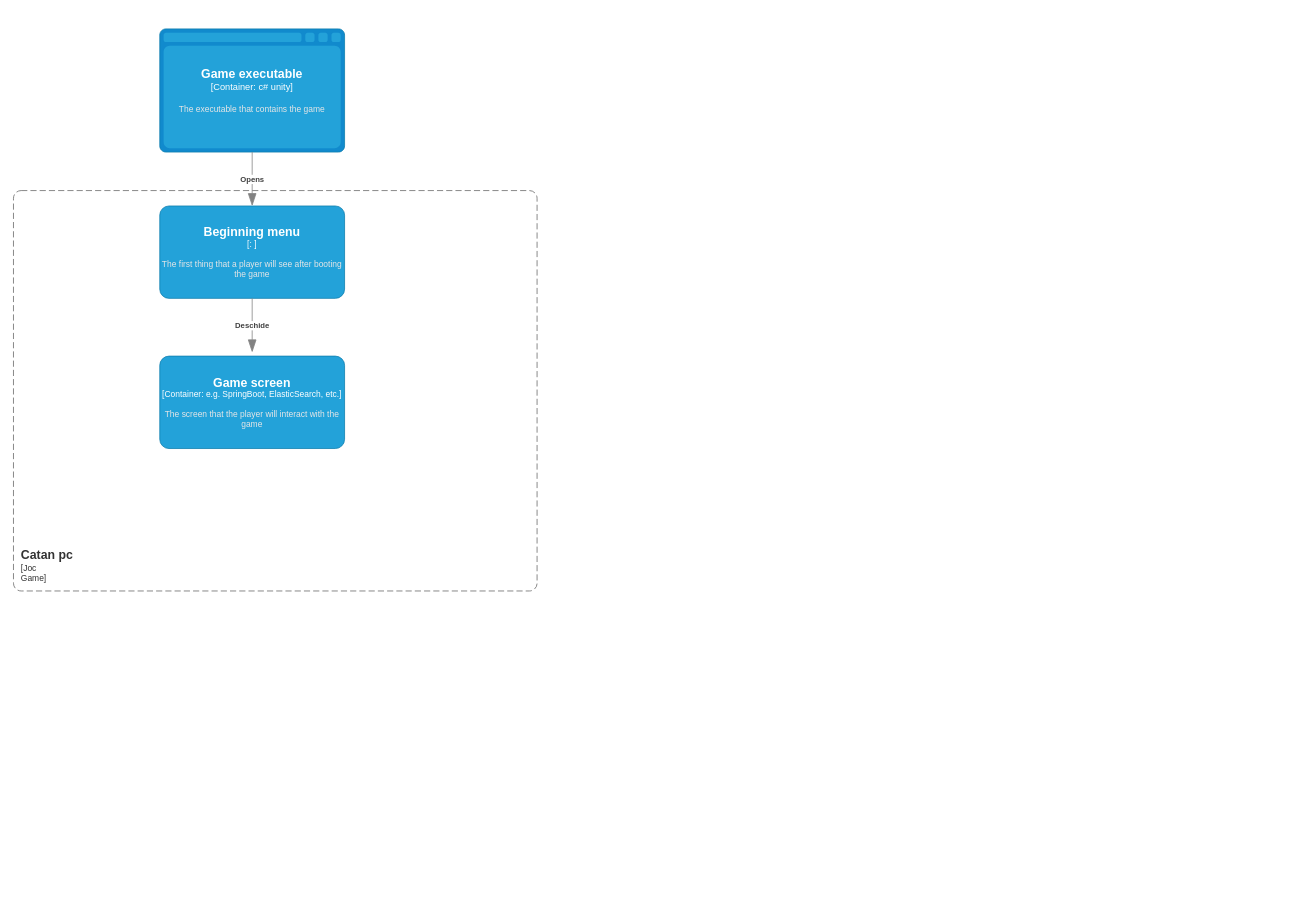
The draw.io diagram Diagrama Content.drawio in RotDr/test1, before the edit. Source tidied: cells renumbered, new cells numbered last; positions are measured from the earlier drawing's top-left corner, leaving out a move shared by most shapes. Both pictures are drawn from the tidied source at 77%, with x=0, y=0 at pixel (13, 28).
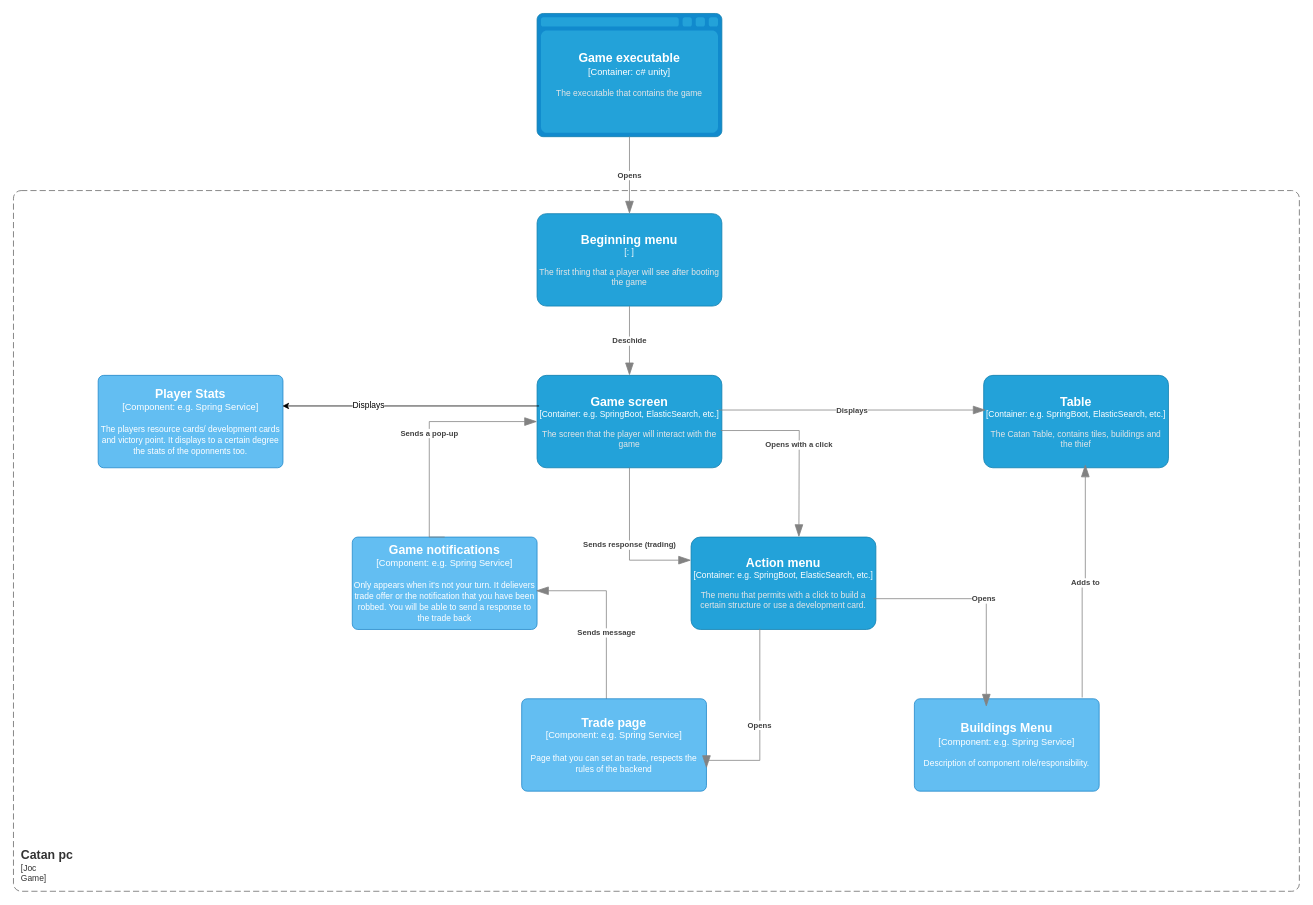
After the change.

Diff of the diagram source:
```diff
@@
     <object id="2" label="&lt;font style=&quot;font-size: 16px&quot;&gt;&lt;b&gt;&lt;div style=&quot;text-align: left&quot;&gt;%c4Name%&lt;/div&gt;&lt;/b&gt;&lt;/font&gt;&lt;div style=&quot;text-align: left&quot;&gt;[%c4Application%]&lt;/div&gt;" c4Application="Joc&#10;Game" c4Name="Catan pc" placeholders="1">
       <mxCell style="rounded=1;fontSize=11;whiteSpace=wrap;html=1;dashed=1;arcSize=20;fillColor=none;strokeColor=#666666;fontColor=#333333;labelBackgroundColor=none;align=left;verticalAlign=bottom;labelBorderColor=none;spacingTop=0;spacing=10;dashPattern=8 4;perimeter=rectanglePerimeter;noLabel=0;labelPadding=0;absoluteArcSize=1;" parent="1" vertex="1">
-        <mxGeometry y="210" width="680" height="520" as="geometry" />
+        <mxGeometry y="210" width="1670" height="910" as="geometry" />
       </mxCell>
     </object>
     <object id="3" label="&lt;font style=&quot;font-size: 16px&quot;&gt;&lt;b&gt;%c4Name%&lt;/b&gt;&lt;/font&gt;&lt;div&gt;[%c4Type%: %c4Technology%]&lt;/div&gt;&lt;br&gt;&lt;div&gt;&lt;font style=&quot;font-size: 11px&quot;&gt;&lt;font color=&quot;#E6E6E6&quot;&gt;%c4Description%&lt;/font&gt;&lt;/div&gt;" c4Description="The first thing that a player will see after booting the game" c4Name="Beginning menu" c4Technology="" c4Type="" placeholders="1">
       <mxCell style="rounded=1;whiteSpace=wrap;html=1;fontSize=11;labelBackgroundColor=none;fillColor=#23A2D9;fontColor=#ffffff;align=center;arcSize=10;strokeColor=#0E7DAD;points=[[0.25,0,0],[0.5,0,0],[0.75,0,0],[1,0.25,0],[1,0.5,0],[1,0.75,0],[0.75,1,0],[0.5,1,0],[0.25,1,0],[0,0.75,0],[0,0.5,0],[0,0.25,0]];" parent="1" vertex="1">
-        <mxGeometry x="190" y="230" width="240" height="120" as="geometry" />
+        <mxGeometry x="680" y="240" width="240" height="120" as="geometry" />
       </mxCell>
     </object>
     <object id="4" label="&lt;font style=&quot;font-size: 16px&quot;&gt;&lt;b&gt;%c4Name%&lt;/b&gt;&lt;/font&gt;&lt;div&gt;[%c4Type%:&amp;nbsp;%c4Technology%]&lt;/div&gt;&lt;br&gt;&lt;div&gt;&lt;font style=&quot;font-size: 11px&quot;&gt;&lt;font color=&quot;#E6E6E6&quot;&gt;%c4Description%&lt;/font&gt;&lt;/div&gt;" c4Description="The executable that contains the game" c4Name="Game executable" c4Technology="c# unity" c4Type="Container" placeholders="1">
       <mxCell style="shape=mxgraph.c4.webBrowserContainer2;whiteSpace=wrap;html=1;boundedLbl=1;rounded=0;labelBackgroundColor=none;strokeColor=#118ACD;fillColor=#23A2D9;strokeColor=#118ACD;strokeColor2=#0E7DAD;fontSize=12;fontColor=#ffffff;align=center;points=[[0.5,0,0],[1,0.25,0],[1,0.5,0],[1,0.75,0],[0.5,1,0],[0,0.75,0],[0,0.5,0],[0,0.25,0]];" parent="1" vertex="1">
-        <mxGeometry x="190" width="240" height="160" as="geometry" />
+        <mxGeometry x="680" y="-20" width="240" height="160" as="geometry" />
       </mxCell>
     </object>
     <object id="5" label="&lt;div style=&quot;text-align: left&quot;&gt;&lt;div style=&quot;text-align: center&quot;&gt;&lt;b&gt;%c4Description%&lt;/b&gt;&lt;/div&gt;" c4Description="Opens" placeholders="1">
-      <mxCell style="endArrow=blockThin;html=1;fontSize=10;fontColor=#404040;strokeWidth=1;endFill=1;strokeColor=#828282;elbow=vertical;endSize=14;startSize=14;jumpStyle=arc;jumpSize=16;rounded=0;edgeStyle=orthogonalEdgeStyle;exitX=0.5;exitY=1;exitDx=0;exitDy=0;exitPerimeter=0;" parent="1" edge="1" source="4">
-        <mxGeometry relative="1" as="geometry">
-          <mxPoint x="310" y="230" as="targetPoint" />
-        </mxGeometry>
+      <mxCell style="endArrow=blockThin;html=1;fontSize=10;fontColor=#404040;strokeWidth=1;endFill=1;strokeColor=#828282;elbow=vertical;endSize=14;startSize=14;jumpStyle=arc;jumpSize=16;rounded=0;edgeStyle=orthogonalEdgeStyle;exitX=0.5;exitY=1;exitDx=0;exitDy=0;exitPerimeter=0;entryX=0.5;entryY=0;entryDx=0;entryDy=0;entryPerimeter=0;" parent="1" edge="1" source="4" target="3">
+        <mxGeometry relative="1" as="geometry" />
       </mxCell>
     </object>
     <object id="6" label="&lt;font style=&quot;font-size: 16px&quot;&gt;&lt;b&gt;%c4Name%&lt;/b&gt;&lt;/font&gt;&lt;div&gt;[%c4Type%: %c4Technology%]&lt;/div&gt;&lt;br&gt;&lt;div&gt;&lt;font style=&quot;font-size: 11px&quot;&gt;&lt;font color=&quot;#E6E6E6&quot;&gt;%c4Description%&lt;/font&gt;&lt;/div&gt;" c4Description="The screen that the player will interact with the game" c4Name="Game screen" c4Technology="e.g. SpringBoot, ElasticSearch, etc." c4Type="Container" placeholders="1">
       <mxCell style="rounded=1;whiteSpace=wrap;html=1;fontSize=11;labelBackgroundColor=none;fillColor=#23A2D9;fontColor=#ffffff;align=center;arcSize=10;strokeColor=#0E7DAD;points=[[0.25,0,0],[0.5,0,0],[0.75,0,0],[1,0.25,0],[1,0.5,0],[1,0.75,0],[0.75,1,0],[0.5,1,0],[0.25,1,0],[0,0.75,0],[0,0.5,0],[0,0.25,0]];" parent="1" vertex="1">
-        <mxGeometry x="190" y="425" width="240" height="120" as="geometry" />
+        <mxGeometry x="680" y="450" width="240" height="120" as="geometry" />
       </mxCell>
     </object>
     <object id="7" label="&lt;div style=&quot;text-align: left&quot;&gt;&lt;div style=&quot;text-align: center&quot;&gt;&lt;b&gt;%c4Description%&lt;/b&gt;&lt;/div&gt;" c4Description="Deschide" placeholders="1">
-      <mxCell style="endArrow=blockThin;html=1;fontSize=10;fontColor=#404040;strokeWidth=1;endFill=1;strokeColor=#828282;elbow=vertical;endSize=14;startSize=14;jumpStyle=arc;jumpSize=16;rounded=0;edgeStyle=orthogonalEdgeStyle;exitX=0.5;exitY=1;exitDx=0;exitDy=0;exitPerimeter=0;" parent="1" edge="1" source="3">
-        <mxGeometry relative="1" as="geometry">
-          <mxPoint x="310" y="420" as="targetPoint" />
-        </mxGeometry>
+      <mxCell style="endArrow=blockThin;html=1;fontSize=10;fontColor=#404040;strokeWidth=1;endFill=1;strokeColor=#828282;elbow=vertical;endSize=14;startSize=14;jumpStyle=arc;jumpSize=16;rounded=0;edgeStyle=orthogonalEdgeStyle;exitX=0.5;exitY=1;exitDx=0;exitDy=0;exitPerimeter=0;entryX=0.5;entryY=0;entryDx=0;entryDy=0;entryPerimeter=0;" parent="1" edge="1" source="3" target="6">
+        <mxGeometry relative="1" as="geometry" />
       </mxCell>
     </object>
+    <object id="8" label="&lt;font style=&quot;font-size: 16px&quot;&gt;&lt;b&gt;%c4Name%&lt;/b&gt;&lt;/font&gt;&lt;div&gt;[%c4Type%: %c4Technology%]&lt;/div&gt;&lt;br&gt;&lt;div&gt;&lt;font style=&quot;font-size: 11px&quot;&gt;&lt;font color=&quot;#E6E6E6&quot;&gt;%c4Description%&lt;/font&gt;&lt;/div&gt;" c4Description="The menu that permits with a click to build a certain structure or use a development card." c4Name="Action menu" c4Technology="e.g. SpringBoot, ElasticSearch, etc." c4Type="Container" placeholders="1">
+      <mxCell style="rounded=1;whiteSpace=wrap;html=1;fontSize=11;labelBackgroundColor=none;fillColor=#23A2D9;fontColor=#ffffff;align=center;arcSize=10;strokeColor=#0E7DAD;points=[[0.25,0,0],[0.5,0,0],[0.75,0,0],[1,0.25,0],[1,0.5,0],[1,0.75,0],[0.75,1,0],[0.5,1,0],[0.25,1,0],[0,0.75,0],[0,0.5,0],[0,0.25,0]];" parent="1" vertex="1">
+        <mxGeometry x="880" y="660" width="240" height="120" as="geometry" />
+      </mxCell>
+    </object>
+    <object id="9" label="&lt;font style=&quot;font-size: 16px&quot;&gt;&lt;b&gt;%c4Name%&lt;/b&gt;&lt;/font&gt;&lt;div&gt;[%c4Type%: %c4Technology%]&lt;/div&gt;&lt;br&gt;&lt;div&gt;&lt;font style=&quot;font-size: 11px&quot;&gt;%c4Description%&lt;/font&gt;&lt;/div&gt;" c4Description="Only appears when it's not your turn. It delievers trade offer or the notification that you have been robbed. You will be able to send a response to the trade back" c4Name="Game notifications" c4Technology="e.g. Spring Service" c4Type="Component" placeholders="1">
+      <mxCell style="rounded=1;whiteSpace=wrap;html=1;labelBackgroundColor=none;fillColor=#63BEF2;fontColor=#ffffff;align=center;arcSize=6;strokeColor=#2086C9;points=[[0.25,0,0],[0.5,0,0],[0.75,0,0],[1,0.25,0],[1,0.5,0],[1,0.75,0],[0.75,1,0],[0.5,1,0],[0.25,1,0],[0,0.75,0],[0,0.5,0],[0,0.25,0]];" parent="1" vertex="1">
+        <mxGeometry x="440" y="660" width="240" height="120" as="geometry" />
+      </mxCell>
+    </object>
+    <object id="10" label="&lt;div style=&quot;text-align: left&quot;&gt;&lt;div style=&quot;text-align: center&quot;&gt;&lt;b&gt;%c4Description%&lt;/b&gt;&lt;/div&gt;" c4Description="Opens with a click" placeholders="1">
+      <mxCell style="endArrow=blockThin;html=1;fontSize=10;fontColor=#404040;strokeWidth=1;endFill=1;strokeColor=#828282;elbow=vertical;endSize=14;startSize=14;jumpStyle=arc;jumpSize=16;rounded=0;edgeStyle=orthogonalEdgeStyle;exitX=0.994;exitY=0.597;exitDx=0;exitDy=0;exitPerimeter=0;" parent="1" edge="1" source="6">
+        <mxGeometry relative="1" as="geometry">
+          <mxPoint x="1020" y="660" as="targetPoint" />
+        </mxGeometry>
+      </mxCell>
+    </object>
+    <object id="11" label="&lt;div style=&quot;text-align: left&quot;&gt;&lt;div style=&quot;text-align: center&quot;&gt;&lt;b&gt;%c4Description%&lt;/b&gt;&lt;/div&gt;" c4Description="Sends message" placeholders="1">
+      <mxCell style="endArrow=blockThin;html=1;fontSize=10;fontColor=#404040;strokeWidth=1;endFill=1;strokeColor=#828282;elbow=vertical;endSize=14;startSize=14;jumpStyle=arc;jumpSize=16;rounded=0;edgeStyle=orthogonalEdgeStyle;entryX=0.994;entryY=0.581;entryDx=0;entryDy=0;entryPerimeter=0;exitX=0.5;exitY=0;exitDx=0;exitDy=0;exitPerimeter=0;" parent="1" edge="1" target="9">
+        <mxGeometry relative="1" as="geometry">
+          <mxPoint x="720" y="880" as="sourcePoint" />
+          <Array as="points">
+            <mxPoint x="770" y="880" />
+            <mxPoint x="770" y="730" />
+          </Array>
+        </mxGeometry>
+      </mxCell>
+    </object>
+    <object id="12" label="&lt;div style=&quot;text-align: left&quot;&gt;&lt;div style=&quot;text-align: center&quot;&gt;&lt;b&gt;%c4Description%&lt;/b&gt;&lt;/div&gt;" c4Description="Sends response (trading)" placeholders="1">
+      <mxCell style="endArrow=blockThin;html=1;fontSize=10;fontColor=#404040;strokeWidth=1;endFill=1;strokeColor=#828282;elbow=vertical;endSize=14;startSize=14;jumpStyle=arc;jumpSize=16;rounded=0;edgeStyle=orthogonalEdgeStyle;exitX=0.5;exitY=1;exitDx=0;exitDy=0;exitPerimeter=0;" parent="1" edge="1" source="6">
+        <mxGeometry relative="1" as="geometry">
+          <mxPoint x="880" y="690" as="targetPoint" />
+          <Array as="points">
+            <mxPoint x="800" y="690" />
+          </Array>
+        </mxGeometry>
+      </mxCell>
+    </object>
+    <object id="13" label="&lt;div style=&quot;text-align: left&quot;&gt;&lt;div style=&quot;text-align: center&quot;&gt;&lt;b&gt;%c4Description%&lt;/b&gt;&lt;/div&gt;" c4Description="Sends a pop-up" placeholders="1">
+      <mxCell style="endArrow=blockThin;html=1;fontSize=10;fontColor=#404040;strokeWidth=1;endFill=1;strokeColor=#828282;elbow=vertical;endSize=14;startSize=14;jumpStyle=arc;jumpSize=16;rounded=0;edgeStyle=orthogonalEdgeStyle;exitX=0.5;exitY=0;exitDx=0;exitDy=0;exitPerimeter=0;" parent="1" edge="1" source="9" target="6">
+        <mxGeometry relative="1" as="geometry">
+          <Array as="points">
+            <mxPoint x="540" y="660" />
+            <mxPoint x="540" y="510" />
+          </Array>
+        </mxGeometry>
+      </mxCell>
+    </object>
+    <object id="14" label="&lt;font style=&quot;font-size: 16px&quot;&gt;&lt;b&gt;%c4Name%&lt;/b&gt;&lt;/font&gt;&lt;div&gt;[%c4Type%: %c4Technology%]&lt;/div&gt;&lt;br&gt;&lt;div&gt;&lt;font style=&quot;font-size: 11px&quot;&gt;%c4Description%&lt;/font&gt;&lt;/div&gt;" c4Description="Page that you can set an trade, respects the rules of the backend" c4Name="Trade page" c4Technology="e.g. Spring Service" c4Type="Component" placeholders="1">
+      <mxCell style="rounded=1;whiteSpace=wrap;html=1;labelBackgroundColor=none;fillColor=#63BEF2;fontColor=#ffffff;align=center;arcSize=6;strokeColor=#2086C9;" parent="1" vertex="1">
+        <mxGeometry x="660" y="870" width="240" height="120" as="geometry" />
+      </mxCell>
+    </object>
+    <object id="15" label="&lt;div style=&quot;text-align: left&quot;&gt;&lt;div style=&quot;text-align: center&quot;&gt;&lt;b&gt;%c4Description%&lt;/b&gt;&lt;/div&gt;" c4Description="Opens" placeholders="1">
+      <mxCell style="endArrow=blockThin;html=1;fontSize=10;fontColor=#404040;strokeWidth=1;endFill=1;strokeColor=#828282;elbow=vertical;endSize=14;startSize=14;jumpStyle=arc;jumpSize=16;rounded=0;edgeStyle=orthogonalEdgeStyle;exitX=0.372;exitY=0.992;exitDx=0;exitDy=0;exitPerimeter=0;" parent="1" edge="1" source="8">
+        <mxGeometry relative="1" as="geometry">
+          <mxPoint x="900" y="960" as="targetPoint" />
+          <Array as="points">
+            <mxPoint x="969" y="950" />
+            <mxPoint x="900" y="950" />
+          </Array>
+        </mxGeometry>
+      </mxCell>
+    </object>
+    <object id="16" label="&lt;font style=&quot;font-size: 16px&quot;&gt;&lt;b&gt;%c4Name%&lt;/b&gt;&lt;/font&gt;&lt;div&gt;[%c4Type%: %c4Technology%]&lt;/div&gt;&lt;br&gt;&lt;div&gt;&lt;font style=&quot;font-size: 11px&quot;&gt;%c4Description%&lt;/font&gt;&lt;/div&gt;" c4Description="Description of component role/responsibility." c4Name="Buildings Menu" c4Technology="e.g. Spring Service" c4Type="Component" placeholders="1">
+      <mxCell style="rounded=1;whiteSpace=wrap;html=1;labelBackgroundColor=none;fillColor=#63BEF2;fontColor=#ffffff;align=center;arcSize=6;strokeColor=#2086C9;points=[[0.25,0,0],[0.5,0,0],[0.75,0,0],[1,0.25,0],[1,0.5,0],[1,0.75,0],[0.75,1,0],[0.5,1,0],[0.25,1,0],[0,0.75,0],[0,0.5,0],[0,0.25,0]];" parent="1" vertex="1">
+        <mxGeometry x="1170" y="870" width="240" height="120" as="geometry" />
+      </mxCell>
+    </object>
+    <object id="17" label="&lt;font style=&quot;font-size: 16px&quot;&gt;&lt;b&gt;%c4Name%&lt;/b&gt;&lt;/font&gt;&lt;div&gt;[%c4Type%: %c4Technology%]&lt;/div&gt;&lt;br&gt;&lt;div&gt;&lt;font style=&quot;font-size: 11px&quot;&gt;&lt;font color=&quot;#E6E6E6&quot;&gt;%c4Description%&lt;/font&gt;&lt;/div&gt;" c4Description="The Catan Table, contains tiles, buildings and the thief" c4Name="Table" c4Technology="e.g. SpringBoot, ElasticSearch, etc." c4Type="Container" placeholders="1">
+      <mxCell style="rounded=1;whiteSpace=wrap;html=1;fontSize=11;labelBackgroundColor=none;fillColor=#23A2D9;fontColor=#ffffff;align=center;arcSize=10;strokeColor=#0E7DAD;points=[[0.25,0,0],[0.5,0,0],[0.75,0,0],[1,0.25,0],[1,0.5,0],[1,0.75,0],[0.75,1,0],[0.5,1,0],[0.25,1,0],[0,0.75,0],[0,0.5,0],[0,0.25,0]];" parent="1" vertex="1">
+        <mxGeometry x="1260" y="450" width="240" height="120" as="geometry" />
+      </mxCell>
+    </object>
+    <object id="18" label="&lt;div style=&quot;text-align: left&quot;&gt;&lt;div style=&quot;text-align: center&quot;&gt;&lt;b&gt;%c4Description%&lt;/b&gt;&lt;/div&gt;" c4Description="Displays" placeholders="1">
+      <mxCell style="endArrow=blockThin;html=1;fontSize=10;fontColor=#404040;strokeWidth=1;endFill=1;strokeColor=#828282;elbow=vertical;endSize=14;startSize=14;jumpStyle=arc;jumpSize=16;rounded=0;edgeStyle=orthogonalEdgeStyle;exitX=0.983;exitY=0.375;exitDx=0;exitDy=0;exitPerimeter=0;entryX=0.011;entryY=0.375;entryDx=0;entryDy=0;entryPerimeter=0;" parent="1" edge="1" source="6" target="17">
+        <mxGeometry relative="1" as="geometry" />
+      </mxCell>
+    </object>
+    <object id="19" label="&lt;div style=&quot;text-align: left&quot;&gt;&lt;div style=&quot;text-align: center&quot;&gt;&lt;b&gt;%c4Description%&lt;/b&gt;&lt;/div&gt;" c4Description="Opens" placeholders="1">
+      <mxCell style="endArrow=blockThin;html=1;fontSize=10;fontColor=#404040;strokeWidth=1;endFill=1;strokeColor=#828282;elbow=vertical;endSize=14;startSize=14;jumpStyle=arc;jumpSize=16;rounded=0;edgeStyle=orthogonalEdgeStyle;entryX=0.014;entryY=0.586;entryDx=0;entryDy=0;entryPerimeter=0;" parent="1" edge="1">
+        <mxGeometry relative="1" as="geometry">
+          <mxPoint x="1117" y="740" as="sourcePoint" />
+          <mxPoint x="1263.4" y="880.3" as="targetPoint" />
+          <Array as="points">
+            <mxPoint x="1117" y="740" />
+            <mxPoint x="1263" y="740" />
+          </Array>
+        </mxGeometry>
+      </mxCell>
+    </object>
+    <object id="20" label="&lt;div style=&quot;text-align: left&quot;&gt;&lt;div style=&quot;text-align: center&quot;&gt;&lt;b&gt;%c4Description%&lt;/b&gt;&lt;/div&gt;" c4Description="Adds to" placeholders="1">
+      <mxCell style="endArrow=blockThin;html=1;fontSize=10;fontColor=#404040;strokeWidth=1;endFill=1;strokeColor=#828282;elbow=vertical;endSize=14;startSize=14;jumpStyle=arc;jumpSize=16;rounded=0;edgeStyle=orthogonalEdgeStyle;entryX=0.55;entryY=0.964;entryDx=0;entryDy=0;entryPerimeter=0;exitX=0.908;exitY=-0.014;exitDx=0;exitDy=0;exitPerimeter=0;" parent="1" edge="1" source="16" target="17">
+        <mxGeometry relative="1" as="geometry" />
+      </mxCell>
+    </object>
+    <object id="21" label="&lt;font style=&quot;font-size: 16px&quot;&gt;&lt;b&gt;%c4Name%&lt;/b&gt;&lt;/font&gt;&lt;div&gt;[%c4Type%: %c4Technology%]&lt;/div&gt;&lt;br&gt;&lt;div&gt;&lt;font style=&quot;font-size: 11px&quot;&gt;%c4Description%&lt;/font&gt;&lt;/div&gt;" c4Description="The players resource cards/ development cards and victory point. It displays to a certain degree the stats of the oponnents too." c4Name="Player Stats" c4Technology="e.g. Spring Service" c4Type="Component" placeholders="1">
+      <mxCell style="rounded=1;whiteSpace=wrap;html=1;labelBackgroundColor=none;fillColor=#63BEF2;fontColor=#ffffff;align=center;arcSize=6;strokeColor=#2086C9;points=[[0.25,0,0],[0.5,0,0],[0.75,0,0],[1,0.25,0],[1,0.5,0],[1,0.75,0],[0.75,1,0],[0.5,1,0],[0.25,1,0],[0,0.75,0],[0,0.5,0],[0,0.25,0]];" parent="1" vertex="1">
+        <mxGeometry x="110" y="450" width="240" height="120" as="geometry" />
+      </mxCell>
+    </object>
+    <mxCell id="22" style="endArrow=classic;html=1;rounded=0;exitX=0.011;exitY=0.331;exitDx=0;exitDy=0;exitPerimeter=0;entryX=0.997;entryY=0.331;entryDx=0;entryDy=0;entryPerimeter=0;" parent="1" edge="1" source="6" target="21">
+      <mxGeometry relative="1" as="geometry" />
+    </mxCell>
+    <mxCell id="23" value="Displays" style="edgeLabel;html=1;align=center;verticalAlign=middle;" parent="22" vertex="1">
+      <mxGeometry x="0.33" y="-1" relative="1" as="geometry" />
+    </mxCell>
```
